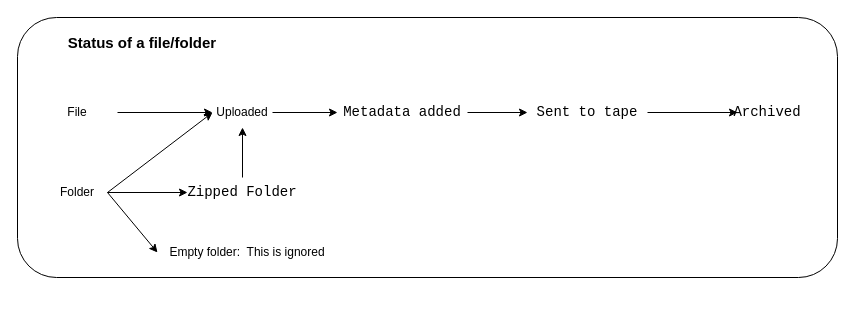
The draw.io diagram docs/iRODS_uploader.drawio in JTvD/iRODS_ingest, before the edit. Source tidied: cells renumbered, new cells numbered last; positions are measured from the earlier drawing's top-left corner, leaving out a move shared by most shapes. Both pictures are drawn from the tidied source at 100%, with x=0, y=0 at pixel (17, 17).
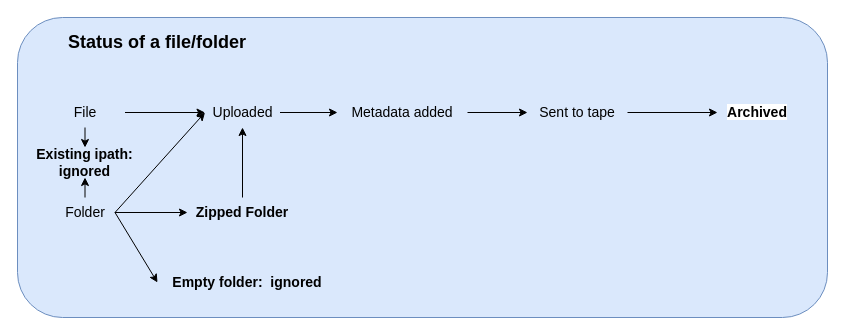
Above is the later version.

Change to the diagram source:
```diff
@@
-    <mxCell id="2" style="rounded=1;whiteSpace=wrap;html=1;" parent="1" vertex="1">
-      <mxGeometry width="820" height="260" as="geometry" />
+    <mxCell id="2" style="rounded=1;whiteSpace=wrap;html=1;fontSize=14;fillColor=#dae8fc;strokeColor=#6c8ebf;" parent="1" vertex="1">
+      <mxGeometry width="810" height="300" as="geometry" />
     </mxCell>
-    <mxCell id="3" value="&lt;font style=&quot;font-size: 15px;&quot;&gt;&lt;b&gt;Status of a file/folder&lt;/b&gt;&lt;/font&gt;" style="text;html=1;align=center;verticalAlign=middle;whiteSpace=wrap;rounded=0;" parent="1" vertex="1">
-      <mxGeometry x="40" y="10" width="170" height="30" as="geometry" />
+    <mxCell id="3" value="&lt;font size=&quot;1&quot; style=&quot;&quot;&gt;&lt;b style=&quot;font-size: 18px;&quot;&gt;Status of a file/folder&lt;/b&gt;&lt;/font&gt;" style="text;html=1;align=center;verticalAlign=middle;whiteSpace=wrap;rounded=0;fontSize=17;" parent="1" vertex="1">
+      <mxGeometry x="40" y="10" width="200" height="30" as="geometry" />
     </mxCell>
-    <mxCell id="4" value="Empty folder:&amp;nbsp; This is ignored" style="text;html=1;align=center;verticalAlign=middle;whiteSpace=wrap;rounded=0;" parent="1" vertex="1">
-      <mxGeometry x="140" y="220" width="180" height="30" as="geometry" />
+    <mxCell id="4" value="Empty folder:&amp;nbsp; ignored" style="text;html=1;align=center;verticalAlign=middle;whiteSpace=wrap;rounded=0;fontSize=14;fontStyle=1;" parent="1" vertex="1">
+      <mxGeometry x="140" y="250" width="180" height="30" as="geometry" />
     </mxCell>
-    <mxCell id="5" value="File" style="text;html=1;align=center;verticalAlign=middle;whiteSpace=wrap;rounded=0;" parent="1" vertex="1">
-      <mxGeometry x="20" y="80" width="80" height="30" as="geometry" />
+    <mxCell id="5" value="File" style="text;html=1;align=center;verticalAlign=middle;whiteSpace=wrap;rounded=0;fontSize=14;" parent="1" vertex="1">
+      <mxGeometry x="27.5" y="80" width="80" height="30" as="geometry" />
     </mxCell>
-    <mxCell id="6" value="Uploaded" style="text;html=1;align=center;verticalAlign=middle;whiteSpace=wrap;rounded=0;" parent="1" vertex="1">
-      <mxGeometry x="195" y="80" width="60" height="30" as="geometry" />
+    <mxCell id="6" value="Uploaded" style="text;html=1;align=center;verticalAlign=middle;whiteSpace=wrap;rounded=0;fontSize=14;" parent="1" vertex="1">
+      <mxGeometry x="187.5" y="80" width="75" height="30" as="geometry" />
     </mxCell>
-    <mxCell id="7" value="Folder" style="text;html=1;align=center;verticalAlign=middle;whiteSpace=wrap;rounded=0;" parent="1" vertex="1">
-      <mxGeometry x="30" y="160" width="60" height="30" as="geometry" />
+    <mxCell id="7" value="Folder" style="text;html=1;align=center;verticalAlign=middle;whiteSpace=wrap;rounded=0;fontSize=14;" parent="1" vertex="1">
+      <mxGeometry x="37.5" y="180" width="60" height="30" as="geometry" />
     </mxCell>
-    <mxCell id="8" style="endArrow=classic;html=1;rounded=0;exitX=1;exitY=0.5;exitDx=0;exitDy=0;entryX=0;entryY=0.5;entryDx=0;entryDy=0;" parent="1" edge="1" source="7" target="4">
+    <mxCell id="8" style="endArrow=classic;html=1;rounded=0;exitX=1;exitY=0.5;exitDx=0;exitDy=0;entryX=0;entryY=0.5;entryDx=0;entryDy=0;fontSize=14;" parent="1" edge="1" source="7" target="4">
       <mxGeometry relative="1" as="geometry" />
     </mxCell>
-    <mxCell id="9" style="endArrow=classic;html=1;rounded=0;exitX=1;exitY=0.5;exitDx=0;exitDy=0;entryX=0;entryY=0.5;entryDx=0;entryDy=0;" parent="1" edge="1" source="5" target="6">
+    <mxCell id="9" style="endArrow=classic;html=1;rounded=0;exitX=1;exitY=0.5;exitDx=0;exitDy=0;entryX=0;entryY=0.5;entryDx=0;entryDy=0;fontSize=14;" parent="1" edge="1" source="5" target="6">
       <mxGeometry relative="1" as="geometry" />
     </mxCell>
-    <mxCell id="10" value="&lt;div style=&quot;font-family: Consolas, &amp;quot;Courier New&amp;quot;, monospace; font-size: 14px; line-height: 19px; white-space: pre;&quot;&gt;Metadata added&lt;/div&gt;" style="text;html=1;align=center;verticalAlign=middle;whiteSpace=wrap;rounded=0;" parent="1" vertex="1">
+    <mxCell id="10" value="&lt;div style=&quot;font-size: 14px; line-height: 19px; white-space: pre;&quot;&gt;&lt;font face=&quot;Helvetica&quot;&gt;Metadata added&lt;/font&gt;&lt;/div&gt;" style="text;html=1;align=center;verticalAlign=middle;whiteSpace=wrap;rounded=0;fontSize=14;" parent="1" vertex="1">
       <mxGeometry x="320" y="80" width="130" height="30" as="geometry" />
     </mxCell>
-    <mxCell id="11" value="&lt;div style=&quot;font-family: Consolas, &amp;quot;Courier New&amp;quot;, monospace; font-size: 14px; line-height: 19px; white-space: pre;&quot;&gt;Sent to tape&lt;/div&gt;" style="text;html=1;align=center;verticalAlign=middle;whiteSpace=wrap;rounded=0;" parent="1" vertex="1">
-      <mxGeometry x="510" y="80" width="120" height="30" as="geometry" />
+    <mxCell id="11" value="&lt;div style=&quot;font-size: 14px; line-height: 19px; white-space: pre;&quot;&gt;&lt;font face=&quot;Helvetica&quot;&gt;Sent to tape&lt;/font&gt;&lt;/div&gt;" style="text;html=1;align=center;verticalAlign=middle;whiteSpace=wrap;rounded=0;fontSize=14;" parent="1" vertex="1">
+      <mxGeometry x="510" y="80" width="100" height="30" as="geometry" />
     </mxCell>
-    <mxCell id="12" value="&lt;div style=&quot;font-family: Consolas, &amp;quot;Courier New&amp;quot;, monospace; font-size: 14px; line-height: 19px; white-space: pre;&quot;&gt;&lt;span style=&quot;background-color: rgb(255, 255, 255);&quot;&gt;Archived&lt;/span&gt;&lt;/div&gt;" style="text;html=1;align=center;verticalAlign=middle;whiteSpace=wrap;rounded=0;" parent="1" vertex="1">
-      <mxGeometry x="720" y="80" width="60" height="30" as="geometry" />
+    <mxCell id="12" value="&lt;div style=&quot;font-size: 14px; line-height: 19px; white-space: pre;&quot;&gt;&lt;span style=&quot;background-color: rgb(255, 255, 255); font-size: 14px;&quot;&gt;Archived&lt;/span&gt;&lt;/div&gt;" style="text;html=1;align=center;verticalAlign=middle;whiteSpace=wrap;rounded=0;fontSize=14;fontStyle=1;" parent="1" vertex="1">
+      <mxGeometry x="700" y="80" width="80" height="30" as="geometry" />
     </mxCell>
-    <mxCell id="13" value="&lt;div style=&quot;font-family: Consolas, &amp;quot;Courier New&amp;quot;, monospace; font-size: 14px; line-height: 19px; white-space: pre;&quot;&gt;Zipped Folder&lt;/div&gt;" style="text;html=1;align=center;verticalAlign=middle;whiteSpace=wrap;rounded=0;" parent="1" vertex="1">
-      <mxGeometry x="170" y="160" width="110" height="30" as="geometry" />
+    <mxCell id="13" value="&lt;div style=&quot;font-size: 14px; line-height: 19px; white-space: pre;&quot;&gt;&lt;font face=&quot;Helvetica&quot;&gt;Zipped Folder&lt;/font&gt;&lt;/div&gt;" style="text;html=1;align=center;verticalAlign=middle;whiteSpace=wrap;rounded=0;fontSize=14;fontStyle=1;" parent="1" vertex="1">
+      <mxGeometry x="170" y="180" width="110" height="30" as="geometry" />
     </mxCell>
-    <mxCell id="14" style="endArrow=classic;html=1;rounded=0;exitX=1;exitY=0.5;exitDx=0;exitDy=0;" parent="1" edge="1" source="7" target="13">
+    <mxCell id="14" style="endArrow=classic;html=1;rounded=0;exitX=1;exitY=0.5;exitDx=0;exitDy=0;fontSize=14;" parent="1" edge="1" source="7" target="13">
       <mxGeometry relative="1" as="geometry" />
     </mxCell>
-    <mxCell id="15" style="endArrow=classic;html=1;rounded=0;exitX=1;exitY=0.5;exitDx=0;exitDy=0;entryX=0;entryY=0.5;entryDx=0;entryDy=0;" parent="1" edge="1" source="7" target="6">
+    <mxCell id="15" style="endArrow=classic;html=1;rounded=0;exitX=1;exitY=0.5;exitDx=0;exitDy=0;entryX=0;entryY=0.5;entryDx=0;entryDy=0;fontSize=14;" parent="1" edge="1" source="7" target="6">
       <mxGeometry relative="1" as="geometry" />
     </mxCell>
-    <mxCell id="16" style="endArrow=classic;html=1;rounded=0;entryX=0.5;entryY=1;entryDx=0;entryDy=0;" parent="1" edge="1" source="13" target="6">
+    <mxCell id="16" style="endArrow=classic;html=1;rounded=0;entryX=0.5;entryY=1;entryDx=0;entryDy=0;fontSize=14;" parent="1" edge="1" source="13" target="6">
       <mxGeometry relative="1" as="geometry" />
     </mxCell>
-    <mxCell id="17" style="endArrow=classic;html=1;rounded=0;exitX=1;exitY=0.5;exitDx=0;exitDy=0;" parent="1" edge="1" source="6" target="10">
+    <mxCell id="17" style="endArrow=classic;html=1;rounded=0;exitX=1;exitY=0.5;exitDx=0;exitDy=0;fontSize=14;" parent="1" edge="1" source="6" target="10">
       <mxGeometry relative="1" as="geometry" />
     </mxCell>
-    <mxCell id="18" style="endArrow=classic;html=1;rounded=0;exitX=1;exitY=0.5;exitDx=0;exitDy=0;" parent="1" edge="1" source="10" target="11">
+    <mxCell id="18" style="endArrow=classic;html=1;rounded=0;exitX=1;exitY=0.5;exitDx=0;exitDy=0;fontSize=14;" parent="1" edge="1" source="10" target="11">
       <mxGeometry relative="1" as="geometry" />
     </mxCell>
-    <mxCell id="19" style="endArrow=classic;html=1;rounded=0;exitX=1;exitY=0.5;exitDx=0;exitDy=0;entryX=0;entryY=0.5;entryDx=0;entryDy=0;" parent="1" edge="1" source="11" target="12">
+    <mxCell id="19" style="endArrow=classic;html=1;rounded=0;exitX=1;exitY=0.5;exitDx=0;exitDy=0;entryX=0;entryY=0.5;entryDx=0;entryDy=0;fontSize=14;" parent="1" edge="1" source="11" target="12">
       <mxGeometry relative="1" as="geometry" />
     </mxCell>
+    <mxCell id="20" value="Existing ipath: ignored" style="text;html=1;align=center;verticalAlign=middle;whiteSpace=wrap;rounded=0;fontSize=14;fontStyle=1;" parent="1" vertex="1">
+      <mxGeometry x="10" y="130" width="115" height="30" as="geometry" />
+    </mxCell>
+    <mxCell id="21" style="endArrow=classic;html=1;rounded=0;exitX=0.5;exitY=0;exitDx=0;exitDy=0;entryX=0.5;entryY=1;entryDx=0;entryDy=0;" parent="1" edge="1" source="7" target="20">
+      <mxGeometry relative="1" as="geometry" />
+    </mxCell>
+    <mxCell id="22" style="endArrow=classic;html=1;rounded=0;exitX=0.5;exitY=1;exitDx=0;exitDy=0;entryX=0.5;entryY=0;entryDx=0;entryDy=0;" parent="1" edge="1" source="5" target="20">
+      <mxGeometry relative="1" as="geometry" />
+    </mxCell>
```
